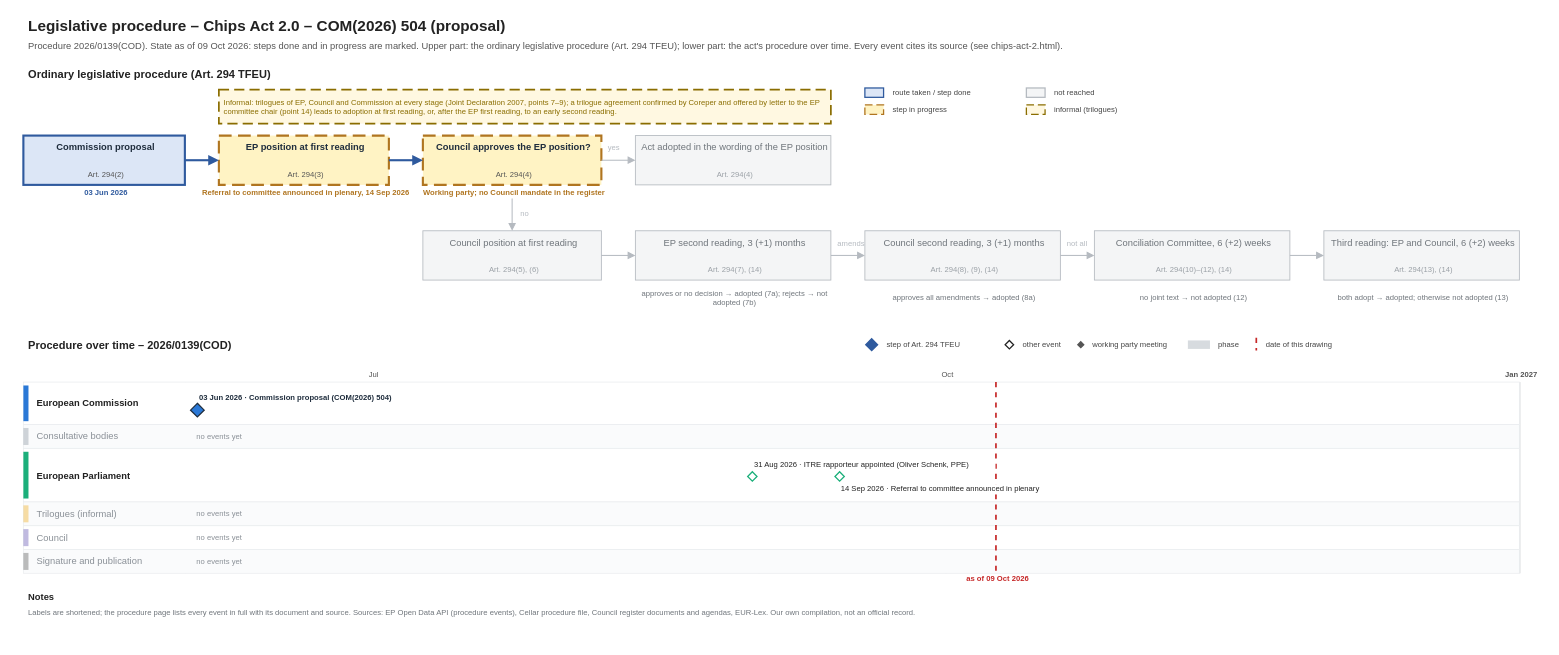
Before: procedures/chips-act-2.drawio in git-z0man/eu-regulation-timeline, a draw.io diagram. Source tidied: cells renumbered, new cells numbered last; positions are measured from the earlier drawing's top-left corner, leaving out a move shared by most shapes. Both pictures are drawn from the tidied source at 85%, with x=0, y=0 at pixel (14, 14).
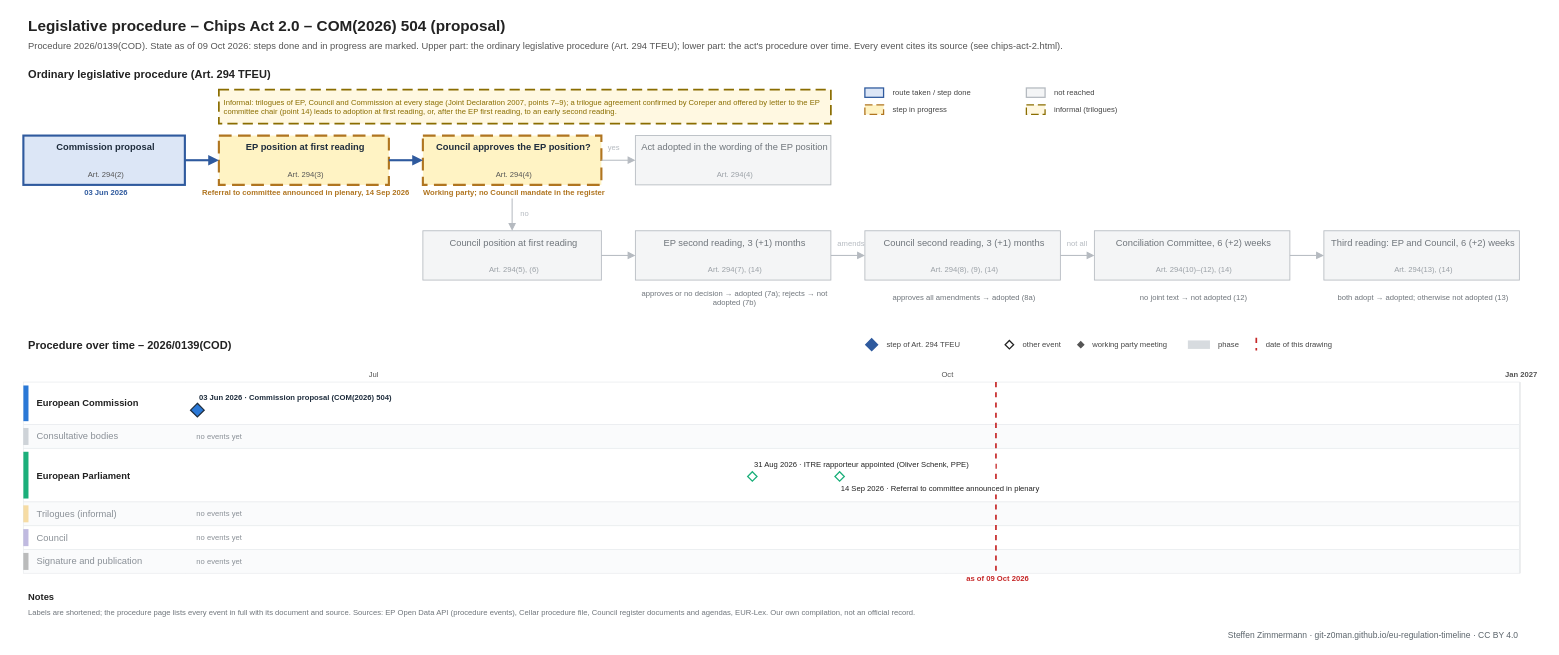
The same page after the edit.

Change to the diagram source:
```diff
@@
+    <mxCell id="115" value="Steffen Zimmermann · git-z0man.github.io/eu-regulation-timeline · CC BY 4.0" style="text;html=1;fontSize=10;fontColor=#5b646b;align=right;verticalAlign=middle;spacingLeft=4;" parent="1" vertex="1">
+      <mxGeometry x="10" y="721" width="1760" height="16" as="geometry" />
+    </mxCell>
```
